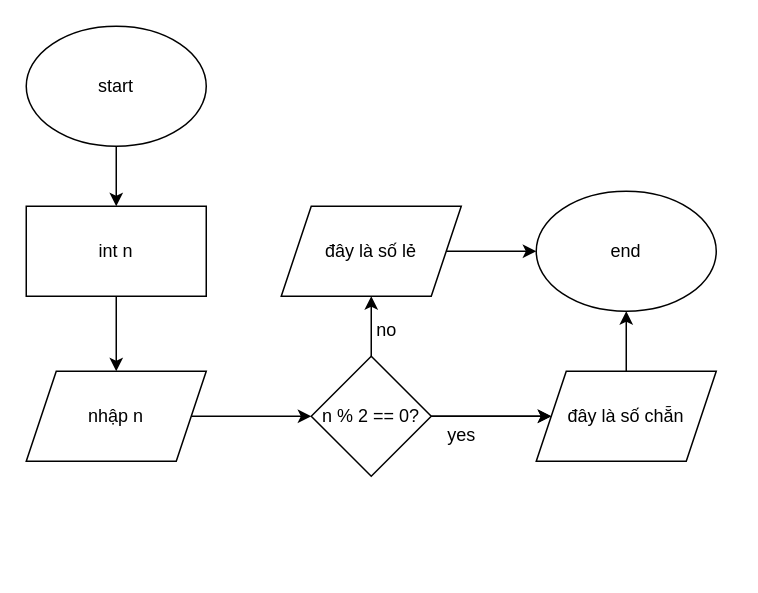
This is hw4.drawio from LKDuongCode/DataStruture_Algorithm, a draw.io file, before an edit. Source tidied: cells renumbered, new cells numbered last; positions are measured from the earlier drawing's top-left corner, leaving out a move shared by most shapes. Both pictures are drawn from the tidied source at 150%, with x=0, y=0 at pixel (26, 26).
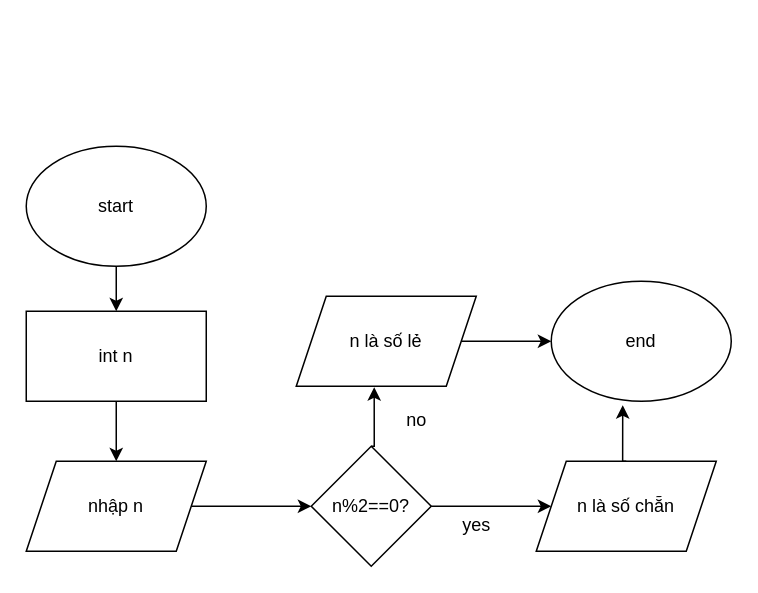
Above is the later version.

Change to the diagram source:
```diff
@@
 <mxGraphModel>
   <root>
     <mxCell id="0" />
     <mxCell id="1" parent="0" />
     <mxCell id="2" style="edgeStyle=orthogonalEdgeStyle;rounded=0;jettySize=auto;html=1;exitX=0.5;exitY=1;exitDx=0;exitDy=0;entryX=0.5;entryY=0;entryDx=0;entryDy=0;" parent="1" edge="1" source="3" target="5">
       <mxGeometry relative="1" as="geometry" />
     </mxCell>
     <mxCell id="3" value="start" style="ellipse;whiteSpace=wrap;html=1;" parent="1" vertex="1">
-      <mxGeometry width="120" height="80" as="geometry" />
+      <mxGeometry y="80" width="120" height="80" as="geometry" />
     </mxCell>
+    <mxCell id="19" style="edgeStyle=orthogonalEdgeStyle;rounded=0;jettySize=auto;html=1;exitX=1;exitY=0.5;exitDx=0;exitDy=0;entryX=0;entryY=0.5;entryDx=0;entryDy=0;" parent="1" edge="1" source="7" target="21">
+      <mxGeometry relative="1" as="geometry" />
+    </mxCell>
+    <mxCell id="7" value="nhập n" style="shape=parallelogram;perimeter=parallelogramPerimeter;whiteSpace=wrap;html=1;fixedSize=1;" parent="1" vertex="1">
+      <mxGeometry y="290" width="120" height="60" as="geometry" />
+    </mxCell>
-    <mxCell id="4" style="edgeStyle=orthogonalEdgeStyle;rounded=0;jettySize=auto;html=1;exitX=0.5;exitY=1;exitDx=0;exitDy=0;" parent="1" edge="1" source="5" target="7">
+    <mxCell id="4" style="edgeStyle=orthogonalEdgeStyle;rounded=0;jettySize=auto;html=1;exitX=0.5;exitY=1;exitDx=0;exitDy=0;entryX=0.5;entryY=0;entryDx=0;entryDy=0;" parent="1" edge="1" source="5" target="7">
       <mxGeometry relative="1" as="geometry" />
     </mxCell>
     <mxCell id="5" value="int n" style="rounded=0;whiteSpace=wrap;html=1;" parent="1" vertex="1">
-      <mxGeometry y="120" width="120" height="60" as="geometry" />
+      <mxGeometry y="190" width="120" height="60" as="geometry" />
     </mxCell>
-    <mxCell id="6" style="edgeStyle=orthogonalEdgeStyle;rounded=0;jettySize=auto;html=1;exitX=1;exitY=0.5;exitDx=0;exitDy=0;entryX=0;entryY=0.5;entryDx=0;entryDy=0;" parent="1" edge="1" source="7" target="11">
-      <mxGeometry relative="1" as="geometry" />
-    </mxCell>
-    <mxCell id="7" value="nhập n" style="shape=parallelogram;perimeter=parallelogramPerimeter;whiteSpace=wrap;html=1;fixedSize=1;" parent="1" vertex="1">
-      <mxGeometry y="230" width="120" height="60" as="geometry" />
-    </mxCell>
-    <mxCell id="8" style="edgeStyle=orthogonalEdgeStyle;rounded=0;jettySize=auto;html=1;exitX=1;exitY=0.5;exitDx=0;exitDy=0;entryX=0;entryY=0.5;entryDx=0;entryDy=0;" parent="1" edge="1" source="11" target="13">
-      <mxGeometry relative="1" as="geometry" />
-    </mxCell>
-    <mxCell id="9" style="edgeStyle=orthogonalEdgeStyle;rounded=0;jettySize=auto;html=1;exitX=0.5;exitY=0;exitDx=0;exitDy=0;entryX=0.5;entryY=1;entryDx=0;entryDy=0;" parent="1" edge="1" source="11" target="15">
-      <mxGeometry relative="1" as="geometry" />
-    </mxCell>
-    <mxCell id="10" style="edgeStyle=orthogonalEdgeStyle;rounded=0;jettySize=auto;html=1;" parent="1" edge="1" source="11" target="13">
-      <mxGeometry relative="1" as="geometry" />
-    </mxCell>
-    <mxCell id="11" value="n % 2 == 0?" style="rhombus;whiteSpace=wrap;html=1;" parent="1" vertex="1">
-      <mxGeometry x="190" y="220" width="80" height="80" as="geometry" />
-    </mxCell>
-    <mxCell id="12" style="edgeStyle=orthogonalEdgeStyle;rounded=0;jettySize=auto;html=1;exitX=0.5;exitY=0;exitDx=0;exitDy=0;entryX=0.5;entryY=1;entryDx=0;entryDy=0;" parent="1" edge="1" source="13" target="16">
-      <mxGeometry relative="1" as="geometry" />
-    </mxCell>
-    <mxCell id="13" value="đây là số chẵn" style="shape=parallelogram;perimeter=parallelogramPerimeter;whiteSpace=wrap;html=1;fixedSize=1;" parent="1" vertex="1">
-      <mxGeometry x="340" y="230" width="120" height="60" as="geometry" />
-    </mxCell>
-    <mxCell id="14" style="edgeStyle=orthogonalEdgeStyle;rounded=0;jettySize=auto;html=1;exitX=1;exitY=0.5;exitDx=0;exitDy=0;entryX=0;entryY=0.5;entryDx=0;entryDy=0;" parent="1" edge="1" source="15" target="16">
-      <mxGeometry relative="1" as="geometry" />
-    </mxCell>
-    <mxCell id="15" value="đây là số lẻ" style="shape=parallelogram;perimeter=parallelogramPerimeter;whiteSpace=wrap;html=1;fixedSize=1;" parent="1" vertex="1">
-      <mxGeometry x="170" y="120" width="120" height="60" as="geometry" />
-    </mxCell>
+    <mxCell id="20" style="edgeStyle=orthogonalEdgeStyle;rounded=0;jettySize=auto;html=1;exitX=1;exitY=0.5;exitDx=0;exitDy=0;entryX=0;entryY=0.5;entryDx=0;entryDy=0;" parent="1" edge="1" source="21" target="22">
+      <mxGeometry relative="1" as="geometry" />
+    </mxCell>
+    <mxCell id="21" value="n%2==0?" style="rhombus;whiteSpace=wrap;html=1;" parent="1" vertex="1">
+      <mxGeometry x="190" y="280" width="80" height="80" as="geometry" />
+    </mxCell>
+    <mxCell id="22" value="n là số chẵn" style="shape=parallelogram;perimeter=parallelogramPerimeter;whiteSpace=wrap;html=1;fixedSize=1;" parent="1" vertex="1">
+      <mxGeometry x="340" y="290" width="120" height="60" as="geometry" />
+    </mxCell>
+    <mxCell id="23" style="edgeStyle=orthogonalEdgeStyle;rounded=0;jettySize=auto;html=1;exitX=1;exitY=0.5;exitDx=0;exitDy=0;entryX=0;entryY=0.5;entryDx=0;entryDy=0;" parent="1" edge="1" source="24" target="16">
+      <mxGeometry relative="1" as="geometry" />
+    </mxCell>
+    <mxCell id="24" value="n là số lẻ" style="shape=parallelogram;perimeter=parallelogramPerimeter;whiteSpace=wrap;html=1;fixedSize=1;" parent="1" vertex="1">
+      <mxGeometry x="180" y="180" width="120" height="60" as="geometry" />
+    </mxCell>
     <mxCell id="16" value="end" style="ellipse;whiteSpace=wrap;html=1;" parent="1" vertex="1">
-      <mxGeometry x="340" y="110" width="120" height="80" as="geometry" />
+      <mxGeometry x="350" y="170" width="120" height="80" as="geometry" />
     </mxCell>
+    <mxCell id="25" style="edgeStyle=orthogonalEdgeStyle;rounded=0;jettySize=auto;html=1;exitX=0.5;exitY=0;exitDx=0;exitDy=0;entryX=0.433;entryY=1.01;entryDx=0;entryDy=0;entryPerimeter=0;" parent="1" edge="1" source="21" target="24">
+      <mxGeometry relative="1" as="geometry" />
+    </mxCell>
+    <mxCell id="26" style="edgeStyle=orthogonalEdgeStyle;rounded=0;jettySize=auto;html=1;exitX=0.5;exitY=0;exitDx=0;exitDy=0;entryX=0.397;entryY=1.033;entryDx=0;entryDy=0;entryPerimeter=0;" parent="1" edge="1" source="22" target="16">
+      <mxGeometry relative="1" as="geometry" />
+    </mxCell>
     <mxCell id="17" value="no" style="text;html=1;align=center;verticalAlign=middle;strokeColor=none;fillColor=none;" parent="1" vertex="1">
-      <mxGeometry x="220" y="188" width="40" height="30" as="geometry" />
+      <mxGeometry x="240" y="248" width="40" height="30" as="geometry" />
     </mxCell>
     <mxCell id="18" value="yes" style="text;html=1;align=center;verticalAlign=middle;strokeColor=none;fillColor=none;" parent="1" vertex="1">
-      <mxGeometry x="270" y="258" width="40" height="30" as="geometry" />
+      <mxGeometry x="280" y="318" width="40" height="30" as="geometry" />
     </mxCell>
   </root>
 </mxGraphModel>
```
